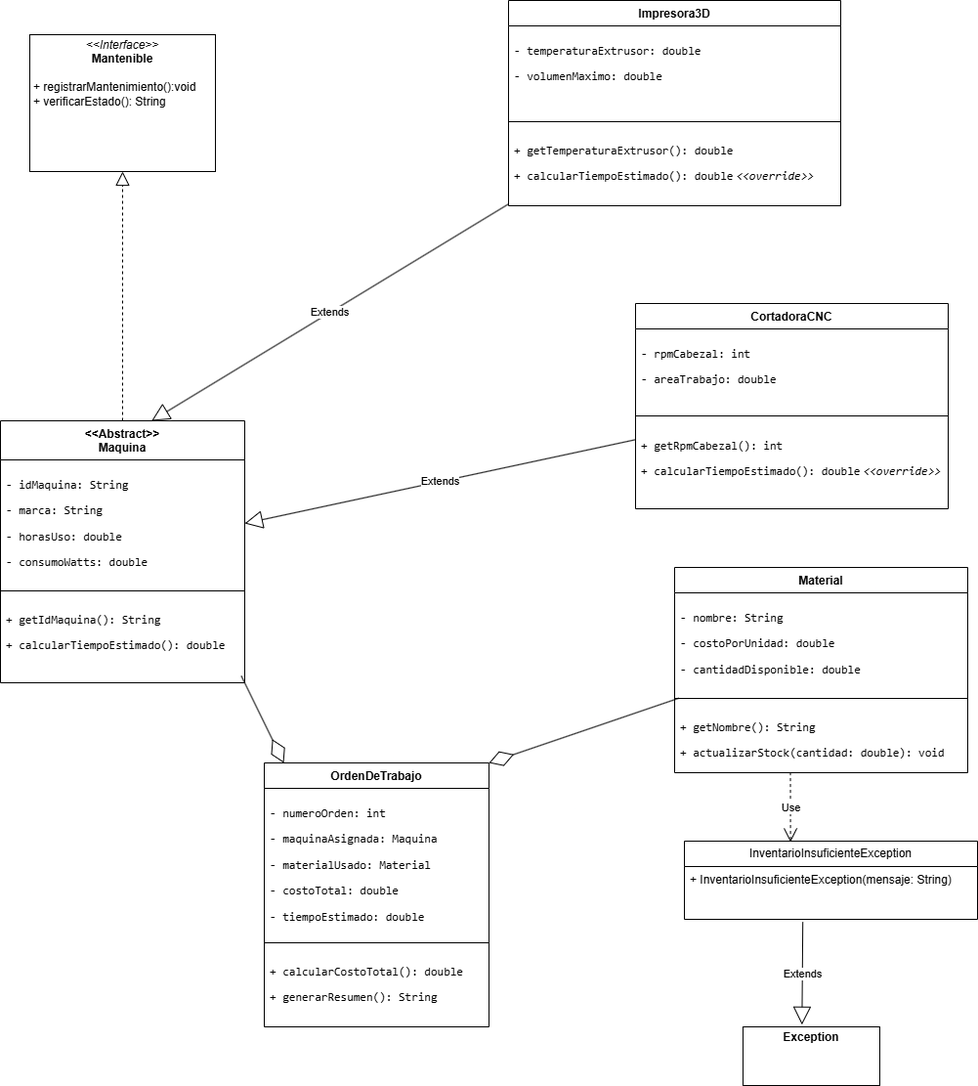
Before: Diagrama UML.png, a diagram exported from draw.io (tsilva-est-ing/PROYECTO-POO-JAVA-FIUNA-2026). Source tidied: cells renumbered, new cells last; positions are measured from the earlier drawing's top-left corner, leaving out a move shared by most shapes.
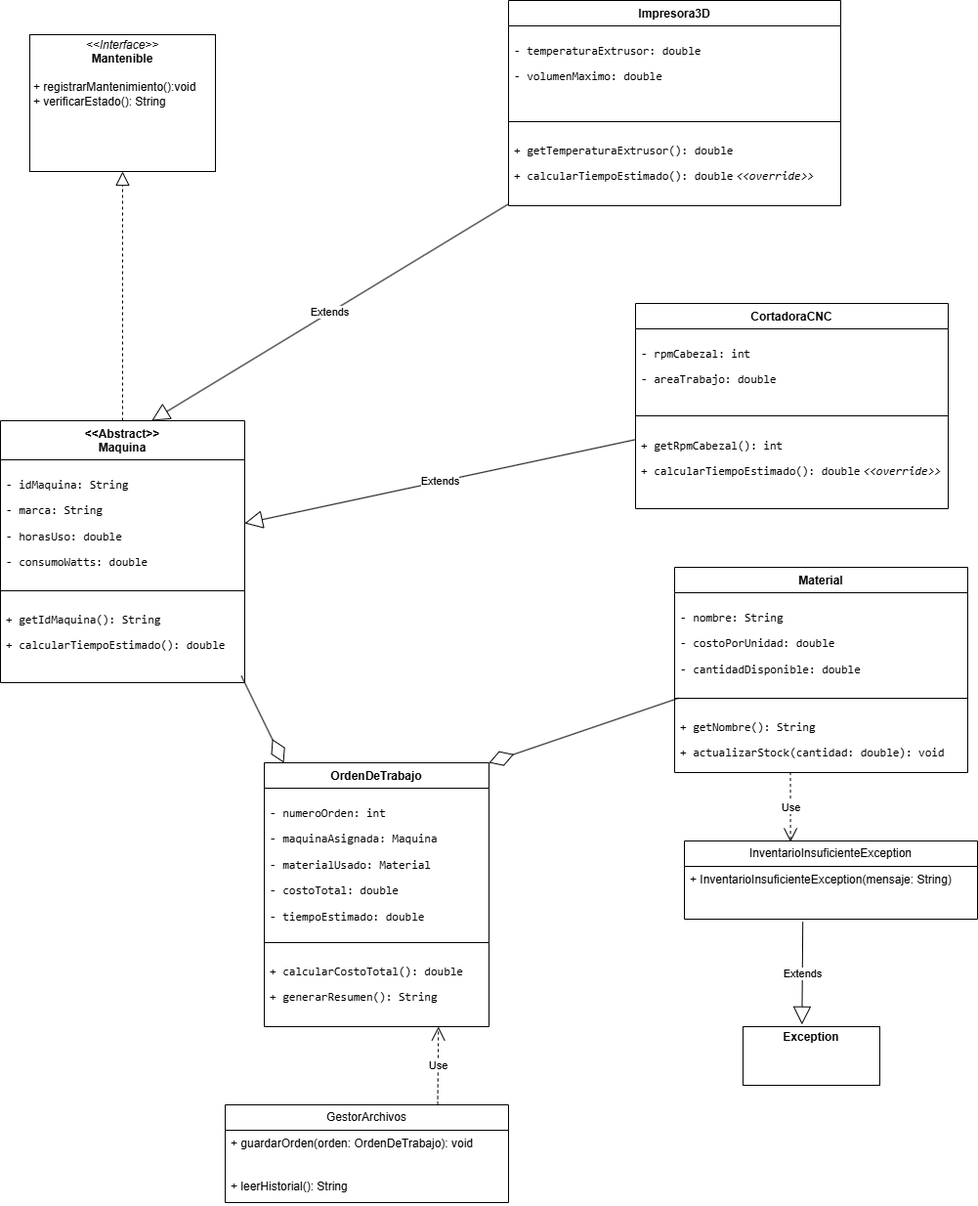
The same diagram one commit later.

Change to the diagram source:
```diff
@@ -95,5 +95,17 @@
     <mxCell id="32" value="Use" style="endArrow=open;endSize=12;dashed=1;html=1;rounded=0;exitX=0.395;exitY=0.994;exitDx=0;exitDy=0;exitPerimeter=0;entryX=0.362;entryY=0.013;entryDx=0;entryDy=0;entryPerimeter=0;" parent="1" edge="1" source="18" target="28">
       <mxGeometry relative="1" as="geometry" />
     </mxCell>
+    <mxCell id="33" value="GestorArchivos" style="swimlane;fontStyle=0;horizontal=1;startSize=26;fillColor=none;whiteSpace=wrap;html=1;" parent="1" vertex="1">
+      <mxGeometry x="230" y="1130" width="290" height="100" as="geometry" />
+    </mxCell>
+    <mxCell id="34" value="+ guardarOrden(orden: OrdenDeTrabajo): void" style="text;strokeColor=none;fillColor=none;align=left;verticalAlign=top;spacingLeft=4;spacingRight=4;overflow=hidden;whiteSpace=wrap;html=1;" parent="33" vertex="1">
+      <mxGeometry y="26" width="290" height="44" as="geometry" />
+    </mxCell>
+    <mxCell id="35" value="+ leerHistorial(): String" style="text;strokeColor=none;fillColor=none;align=left;verticalAlign=top;spacingLeft=4;spacingRight=4;overflow=hidden;whiteSpace=wrap;html=1;" parent="33" vertex="1">
+      <mxGeometry y="70" width="290" height="30" as="geometry" />
+    </mxCell>
+    <mxCell id="36" value="Use" style="endArrow=open;endSize=12;dashed=1;html=1;rounded=0;exitX=0.75;exitY=0;exitDx=0;exitDy=0;entryX=0.775;entryY=1;entryDx=0;entryDy=0;entryPerimeter=0;" parent="1" edge="1" source="33" target="22">
+      <mxGeometry relative="1" as="geometry" />
+    </mxCell>
   </root>
 </mxGraphModel>
```
